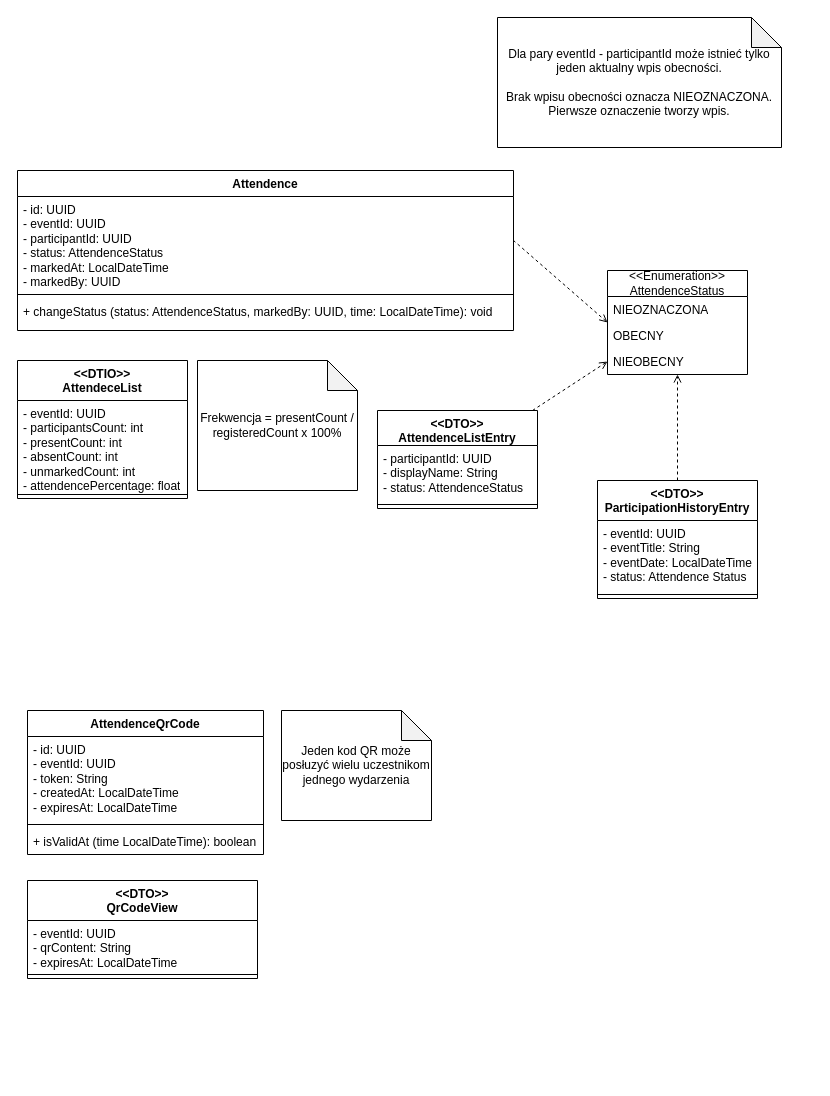
KrzychuToJaa/IO---modul-6 keeps this draw.io diagram as page "Diagram klas 1" (2 of 5) of IO moduł 6.drawio. Above is the earlier version. Source tidied: cells renumbered, new cells numbered last; positions are measured from the earlier drawing's top-left corner, leaving out a move shared by most shapes. Both pictures are drawn from the tidied source at 100%, with x=0, y=0 at pixel (17, 17).
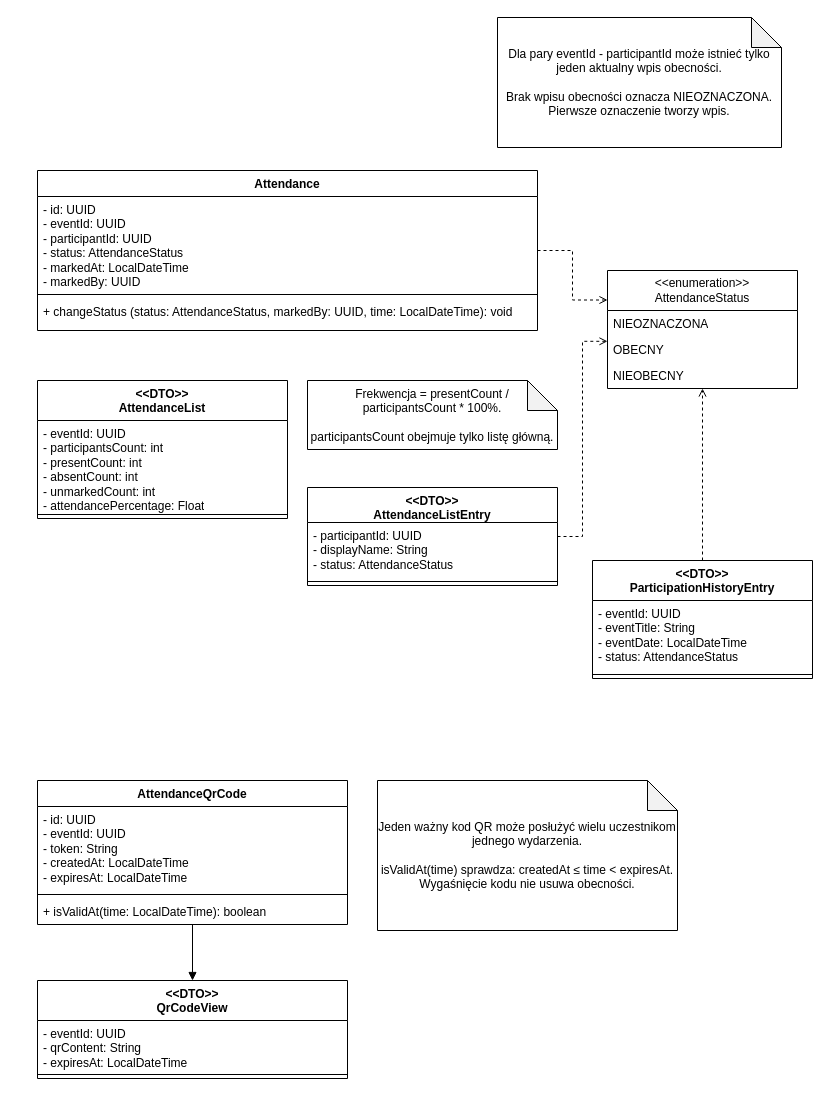
Above is the later version.

Diff of the diagram source:
```diff
@@
-    <mxCell id="2" value="Attendence" style="swimlane;fontStyle=1;align=center;verticalAlign=top;horizontal=1;startSize=26;whiteSpace=wrap;html=1;" parent="1" vertex="1">
-      <mxGeometry y="153" width="496" height="160" as="geometry" />
+    <mxCell id="2" value="Attendance" style="swimlane;fontStyle=1;align=center;verticalAlign=top;horizontal=1;startSize=26;whiteSpace=wrap;html=1;" parent="1" vertex="1">
+      <mxGeometry x="20" y="153" width="500" height="160" as="geometry" />
     </mxCell>
-    <mxCell id="3" value="- id: UUID&lt;div&gt;- eventId: UUID&lt;/div&gt;&lt;div&gt;- participantId: UUID&lt;/div&gt;&lt;div&gt;- status: AttendenceStatus&lt;br&gt;- markedAt: LocalDateTime&lt;br&gt;- markedBy: UUID&lt;/div&gt;" style="text;strokeColor=none;fillColor=none;align=left;verticalAlign=top;spacingLeft=4;spacingRight=4;overflow=hidden;points=[[0,0.5],[1,0.5]];portConstraint=eastwest;whiteSpace=wrap;html=1;" parent="2" vertex="1">
-      <mxGeometry y="26" width="496" height="94" as="geometry" />
+    <mxCell id="3" value="- id: UUID&lt;br&gt;- eventId: UUID&lt;br&gt;- participantId: UUID&lt;br&gt;- status: AttendanceStatus&lt;br&gt;- markedAt: LocalDateTime&lt;br&gt;- markedBy: UUID" style="text;strokeColor=none;fillColor=none;align=left;verticalAlign=top;spacingLeft=4;spacingRight=4;overflow=hidden;points=[[0,0.5],[1,0.5]];portConstraint=eastwest;whiteSpace=wrap;html=1;" parent="2" vertex="1">
+      <mxGeometry y="26" width="500" height="94" as="geometry" />
     </mxCell>
     <mxCell id="4" style="line;strokeWidth=1;fillColor=none;align=left;verticalAlign=middle;spacingTop=-1;spacingLeft=3;spacingRight=3;labelPosition=right;strokeColor=inherit;labelPerimeter=1;" parent="2" vertex="1">
-      <mxGeometry y="120" width="496" height="8" as="geometry" />
+      <mxGeometry y="120" width="500" height="8" as="geometry" />
     </mxCell>
-    <mxCell id="5" value="+ changeStatus (status: AttendenceStatus, markedBy: UUID, time: LocalDateTime): void" style="text;strokeColor=none;fillColor=none;align=left;verticalAlign=top;spacingLeft=4;spacingRight=4;overflow=hidden;whiteSpace=wrap;html=1;" parent="2" vertex="1">
-      <mxGeometry y="128" width="496" height="32" as="geometry" />
+    <mxCell id="5" value="+ changeStatus (status: AttendanceStatus, markedBy: UUID, time: LocalDateTime): void" style="text;strokeColor=none;fillColor=none;align=left;verticalAlign=top;spacingLeft=4;spacingRight=4;overflow=hidden;whiteSpace=wrap;html=1;" parent="2" vertex="1">
+      <mxGeometry y="128" width="500" height="32" as="geometry" />
     </mxCell>
-    <mxCell id="6" value="&amp;lt;&amp;lt;Enumeration&amp;gt;&amp;gt;&lt;br&gt;AttendenceStatus" style="swimlane;fontStyle=0;horizontal=1;startSize=26;fillColor=none;whiteSpace=wrap;html=1;" parent="1" vertex="1">
-      <mxGeometry x="590" y="253" width="140" height="104" as="geometry" />
+    <mxCell id="6" value="&amp;lt;&amp;lt;enumeration&amp;gt;&amp;gt;&lt;br&gt;AttendanceStatus" style="swimlane;fontStyle=0;horizontal=1;startSize=40;fillColor=none;whiteSpace=wrap;html=1;" parent="1" vertex="1">
+      <mxGeometry x="590" y="253" width="190" height="118" as="geometry" />
     </mxCell>
     <mxCell id="7" value="NIEOZNACZONA" style="text;strokeColor=none;fillColor=none;align=left;verticalAlign=top;spacingLeft=4;spacingRight=4;overflow=hidden;whiteSpace=wrap;html=1;" parent="6" vertex="1">
-      <mxGeometry y="26" width="140" height="26" as="geometry" />
+      <mxGeometry y="40" width="190" height="26" as="geometry" />
     </mxCell>
     <mxCell id="8" value="OBECNY" style="text;strokeColor=none;fillColor=none;align=left;verticalAlign=top;spacingLeft=4;spacingRight=4;overflow=hidden;whiteSpace=wrap;html=1;" parent="6" vertex="1">
-      <mxGeometry y="52" width="140" height="26" as="geometry" />
+      <mxGeometry y="66" width="190" height="26" as="geometry" />
     </mxCell>
     <mxCell id="9" value="NIEOBECNY" style="text;strokeColor=none;fillColor=none;align=left;verticalAlign=top;spacingLeft=4;spacingRight=4;overflow=hidden;points=[[0,0.5],[1,0.5]];portConstraint=eastwest;whiteSpace=wrap;html=1;" parent="6" vertex="1">
-      <mxGeometry y="78" width="140" height="26" as="geometry" />
+      <mxGeometry y="92" width="190" height="26" as="geometry" />
     </mxCell>
-    <mxCell id="10" style="edgeStyle=none;html=1;entryX=1;entryY=0.468;entryDx=0;entryDy=0;entryPerimeter=0;dashed=1;endArrow=none;endFill=0;startArrow=open;startFill=0;exitX=0;exitY=0.5;exitDx=0;exitDy=0;" parent="1" edge="1" source="6" target="3">
+    <mxCell id="10" style="edgeStyle=orthogonalEdgeStyle;rounded=0;html=1;dashed=1;endArrow=open;endFill=0;exitX=1;exitY=0.5;entryX=0;entryY=0.25;" parent="1" edge="1" source="2" target="6">
       <mxGeometry relative="1" as="geometry" />
     </mxCell>
+    <mxCell id="32" style="edgeStyle=none;html=1;endArrow=block;endFill=1;" parent="1" edge="1" source="11" target="29">
+      <mxGeometry relative="1" as="geometry" />
+    </mxCell>
-    <mxCell id="11" value="AttendenceQrCode" style="swimlane;fontStyle=1;align=center;verticalAlign=top;horizontal=1;startSize=26;whiteSpace=wrap;html=1;" parent="1" vertex="1">
-      <mxGeometry x="10" y="693" width="236" height="144" as="geometry" />
+    <mxCell id="11" value="AttendanceQrCode" style="swimlane;fontStyle=1;align=center;verticalAlign=top;horizontal=1;startSize=26;whiteSpace=wrap;html=1;" parent="1" vertex="1">
+      <mxGeometry x="20" y="763" width="310" height="144" as="geometry" />
     </mxCell>
     <mxCell id="12" value="- id: UUID&lt;br&gt;- eventId: UUID&lt;br&gt;- token: String&lt;br&gt;- createdAt: LocalDateTime&lt;br&gt;- expiresAt: LocalDateTime&lt;br&gt;&lt;div&gt;&lt;br&gt;&lt;/div&gt;" style="text;strokeColor=none;fillColor=none;align=left;verticalAlign=top;spacingLeft=4;spacingRight=4;overflow=hidden;whiteSpace=wrap;html=1;" parent="11" vertex="1">
-      <mxGeometry y="26" width="236" height="84" as="geometry" />
+      <mxGeometry y="26" width="310" height="84" as="geometry" />
     </mxCell>
     <mxCell id="13" style="line;strokeWidth=1;fillColor=none;align=left;verticalAlign=middle;spacingTop=-1;spacingLeft=3;spacingRight=3;labelPosition=right;strokeColor=inherit;labelPerimeter=1;" parent="11" vertex="1">
-      <mxGeometry y="110" width="236" height="8" as="geometry" />
+      <mxGeometry y="110" width="310" height="8" as="geometry" />
     </mxCell>
-    <mxCell id="14" value="+ isValidAt (time LocalDateTime): boolean" style="text;strokeColor=none;fillColor=none;align=left;verticalAlign=top;spacingLeft=4;spacingRight=4;overflow=hidden;whiteSpace=wrap;html=1;" parent="11" vertex="1">
-      <mxGeometry y="118" width="236" height="26" as="geometry" />
+    <mxCell id="14" value="+ isValidAt(time: LocalDateTime): boolean" style="text;strokeColor=none;fillColor=none;align=left;verticalAlign=top;spacingLeft=4;spacingRight=4;overflow=hidden;whiteSpace=wrap;html=1;" parent="11" vertex="1">
+      <mxGeometry y="118" width="310" height="26" as="geometry" />
     </mxCell>
@@
-    <mxCell id="16" value="Jeden kod QR może posłuzyć wielu uczestnikom jednego wydarzenia" style="shape=note;whiteSpace=wrap;html=1;backgroundOutline=1;darkOpacity=0.05;" parent="1" vertex="1">
-      <mxGeometry x="264" y="693" width="150" height="110" as="geometry" />
+    <mxCell id="16" value="Jeden ważny kod QR może posłużyć wielu uczestnikom jednego wydarzenia.&lt;br&gt;&lt;br&gt;isValidAt(time) sprawdza: createdAt ≤ time &amp;lt; expiresAt. Wygaśnięcie kodu nie usuwa obecności." style="shape=note;whiteSpace=wrap;html=1;backgroundOutline=1;darkOpacity=0.05;" parent="1" vertex="1">
+      <mxGeometry x="360" y="763" width="300" height="150" as="geometry" />
     </mxCell>
-    <mxCell id="17" value="&amp;lt;&amp;lt;DTO&amp;gt;&amp;gt;&lt;br&gt;AttendenceListEntry" style="swimlane;fontStyle=1;align=center;verticalAlign=top;horizontal=1;startSize=35;whiteSpace=wrap;html=1;" parent="1" vertex="1">
-      <mxGeometry x="360" y="393" width="160" height="98" as="geometry" />
+    <mxCell id="17" value="&amp;lt;&amp;lt;DTO&amp;gt;&amp;gt;&lt;br&gt;AttendanceListEntry" style="swimlane;fontStyle=1;align=center;verticalAlign=top;horizontal=1;startSize=35;whiteSpace=wrap;html=1;" parent="1" vertex="1">
+      <mxGeometry x="290" y="470" width="250" height="98" as="geometry" />
     </mxCell>
-    <mxCell id="18" value="- participantId: UUID&lt;br&gt;- displayName: String&lt;br&gt;- status: AttendenceStatus" style="text;strokeColor=none;fillColor=none;align=left;verticalAlign=top;spacingLeft=4;spacingRight=4;overflow=hidden;whiteSpace=wrap;html=1;" parent="17" vertex="1">
-      <mxGeometry y="35" width="160" height="55" as="geometry" />
+    <mxCell id="18" value="- participantId: UUID&lt;br&gt;- displayName: String&lt;br&gt;- status: AttendanceStatus" style="text;strokeColor=none;fillColor=none;align=left;verticalAlign=top;spacingLeft=4;spacingRight=4;overflow=hidden;whiteSpace=wrap;html=1;" parent="17" vertex="1">
+      <mxGeometry y="35" width="250" height="55" as="geometry" />
     </mxCell>
     <mxCell id="19" style="line;strokeWidth=1;fillColor=none;align=left;verticalAlign=middle;spacingTop=-1;spacingLeft=3;spacingRight=3;labelPosition=right;strokeColor=inherit;labelPerimeter=1;" parent="17" vertex="1">
-      <mxGeometry y="90" width="160" height="8" as="geometry" />
+      <mxGeometry y="90" width="250" height="8" as="geometry" />
     </mxCell>
-    <mxCell id="20" style="edgeStyle=none;html=1;entryX=0;entryY=0.5;entryDx=0;entryDy=0;dashed=1;endArrow=open;endFill=0;" parent="1" edge="1" source="17" target="9">
+    <mxCell id="20" style="edgeStyle=orthogonalEdgeStyle;rounded=0;html=1;dashed=1;endArrow=open;endFill=0;exitX=1;exitY=0.5;entryX=0;entryY=0.6;" parent="1" edge="1" source="17" target="6">
       <mxGeometry relative="1" as="geometry" />
     </mxCell>
-    <mxCell id="21" value="&amp;lt;&amp;lt;DTIO&amp;gt;&amp;gt;&lt;br&gt;AttendeceList" style="swimlane;fontStyle=1;align=center;verticalAlign=top;horizontal=1;startSize=40;whiteSpace=wrap;html=1;" parent="1" vertex="1">
-      <mxGeometry y="343" width="170" height="138" as="geometry" />
+    <mxCell id="21" value="&amp;lt;&amp;lt;DTO&amp;gt;&amp;gt;&lt;br&gt;AttendanceList" style="swimlane;fontStyle=1;align=center;verticalAlign=top;horizontal=1;startSize=40;whiteSpace=wrap;html=1;" parent="1" vertex="1">
+      <mxGeometry x="20" y="363" width="250" height="138" as="geometry" />
     </mxCell>
-    <mxCell id="22" value="- eventId: UUID&lt;br&gt;- participantsCount: int&lt;br&gt;- presentCount: int&lt;br&gt;- absentCount: int&lt;br&gt;- unmarkedCount: int&lt;br&gt;- attendencePercentage: float" style="text;strokeColor=none;fillColor=none;align=left;verticalAlign=top;spacingLeft=4;spacingRight=4;overflow=hidden;whiteSpace=wrap;html=1;" parent="21" vertex="1">
-      <mxGeometry y="40" width="170" height="90" as="geometry" />
+    <mxCell id="22" value="- eventId: UUID&lt;br&gt;- participantsCount: int&lt;br&gt;- presentCount: int&lt;br&gt;- absentCount: int&lt;br&gt;- unmarkedCount: int&lt;br&gt;- attendancePercentage: Float" style="text;strokeColor=none;fillColor=none;align=left;verticalAlign=top;spacingLeft=4;spacingRight=4;overflow=hidden;whiteSpace=wrap;html=1;" parent="21" vertex="1">
+      <mxGeometry y="40" width="250" height="90" as="geometry" />
     </mxCell>
     <mxCell id="23" style="line;strokeWidth=1;fillColor=none;align=left;verticalAlign=middle;spacingTop=-1;spacingLeft=3;spacingRight=3;labelPosition=right;strokeColor=inherit;labelPerimeter=1;" parent="21" vertex="1">
-      <mxGeometry y="130" width="170" height="8" as="geometry" />
+      <mxGeometry y="130" width="250" height="8" as="geometry" />
     </mxCell>
-    <mxCell id="24" value="Frekwencja = presentCount / registeredCount x 100%" style="shape=note;whiteSpace=wrap;html=1;backgroundOutline=1;darkOpacity=0.05;" parent="1" vertex="1">
-      <mxGeometry x="180" y="343" width="160" height="130" as="geometry" />
+    <mxCell id="24" value="Frekwencja = presentCount / participantsCount * 100%.&lt;br&gt;&lt;br&gt;participantsCount obejmuje tylko listę główną." style="shape=note;whiteSpace=wrap;html=1;backgroundOutline=1;darkOpacity=0.05;" parent="1" vertex="1">
+      <mxGeometry x="290" y="363" width="250" height="69" as="geometry" />
     </mxCell>
-    <mxCell id="25" style="edgeStyle=none;html=1;exitX=0.5;exitY=0;exitDx=0;exitDy=0;entryX=0.5;entryY=1;entryDx=0;entryDy=0;dashed=1;endArrow=open;endFill=0;" parent="1" edge="1" source="26" target="6">
+    <mxCell id="25" style="edgeStyle=orthogonalEdgeStyle;rounded=0;html=1;dashed=1;endArrow=open;endFill=0;exitX=0.5;exitY=0;entryX=0.5;entryY=1;" parent="1" edge="1" source="26" target="6">
       <mxGeometry relative="1" as="geometry" />
     </mxCell>
     <mxCell id="26" value="&amp;lt;&amp;lt;DTO&amp;gt;&amp;gt;&lt;br&gt;ParticipationHistoryEntry" style="swimlane;fontStyle=1;align=center;verticalAlign=top;horizontal=1;startSize=40;whiteSpace=wrap;html=1;" parent="1" vertex="1">
-      <mxGeometry x="580" y="463" width="160" height="118" as="geometry" />
+      <mxGeometry x="575" y="543" width="220" height="118" as="geometry" />
     </mxCell>
-    <mxCell id="27" value="- eventId: UUID&lt;br&gt;- eventTitle: String&lt;br&gt;- eventDate: LocalDateTime&lt;br&gt;- status: Attendence Status" style="text;strokeColor=none;fillColor=none;align=left;verticalAlign=top;spacingLeft=4;spacingRight=4;overflow=hidden;whiteSpace=wrap;html=1;" parent="26" vertex="1">
-      <mxGeometry y="40" width="160" height="70" as="geometry" />
+    <mxCell id="27" value="- eventId: UUID&lt;br&gt;- eventTitle: String&lt;br&gt;- eventDate: LocalDateTime&lt;br&gt;- status: AttendanceStatus" style="text;strokeColor=none;fillColor=none;align=left;verticalAlign=top;spacingLeft=4;spacingRight=4;overflow=hidden;whiteSpace=wrap;html=1;" parent="26" vertex="1">
+      <mxGeometry y="40" width="220" height="70" as="geometry" />
     </mxCell>
     <mxCell id="28" style="line;strokeWidth=1;fillColor=none;align=left;verticalAlign=middle;spacingTop=-1;spacingLeft=3;spacingRight=3;labelPosition=right;strokeColor=inherit;labelPerimeter=1;" parent="26" vertex="1">
-      <mxGeometry y="110" width="160" height="8" as="geometry" />
+      <mxGeometry y="110" width="220" height="8" as="geometry" />
     </mxCell>
     <mxCell id="29" value="&amp;lt;&amp;lt;DTO&amp;gt;&amp;gt;&lt;br&gt;QrCodeView" style="swimlane;fontStyle=1;align=center;verticalAlign=top;horizontal=1;startSize=40;whiteSpace=wrap;html=1;" parent="1" vertex="1">
-      <mxGeometry x="10" y="863" width="230" height="98" as="geometry" />
+      <mxGeometry x="20" y="963" width="310" height="98" as="geometry" />
     </mxCell>
     <mxCell id="30" value="- eventId: UUID&lt;br&gt;- qrContent: String&lt;br&gt;- expiresAt: LocalDateTime&lt;div&gt;&lt;br&gt;&lt;/div&gt;" style="text;strokeColor=none;fillColor=none;align=left;verticalAlign=top;spacingLeft=4;spacingRight=4;overflow=hidden;whiteSpace=wrap;html=1;" parent="29" vertex="1">
-      <mxGeometry y="40" width="230" height="50" as="geometry" />
+      <mxGeometry y="40" width="310" height="50" as="geometry" />
     </mxCell>
     <mxCell id="31" style="line;strokeWidth=1;fillColor=none;align=left;verticalAlign=middle;spacingTop=-1;spacingLeft=3;spacingRight=3;labelPosition=right;strokeColor=inherit;labelPerimeter=1;" parent="29" vertex="1">
-      <mxGeometry y="90" width="230" height="8" as="geometry" />
+      <mxGeometry y="90" width="310" height="8" as="geometry" />
     </mxCell>
```
